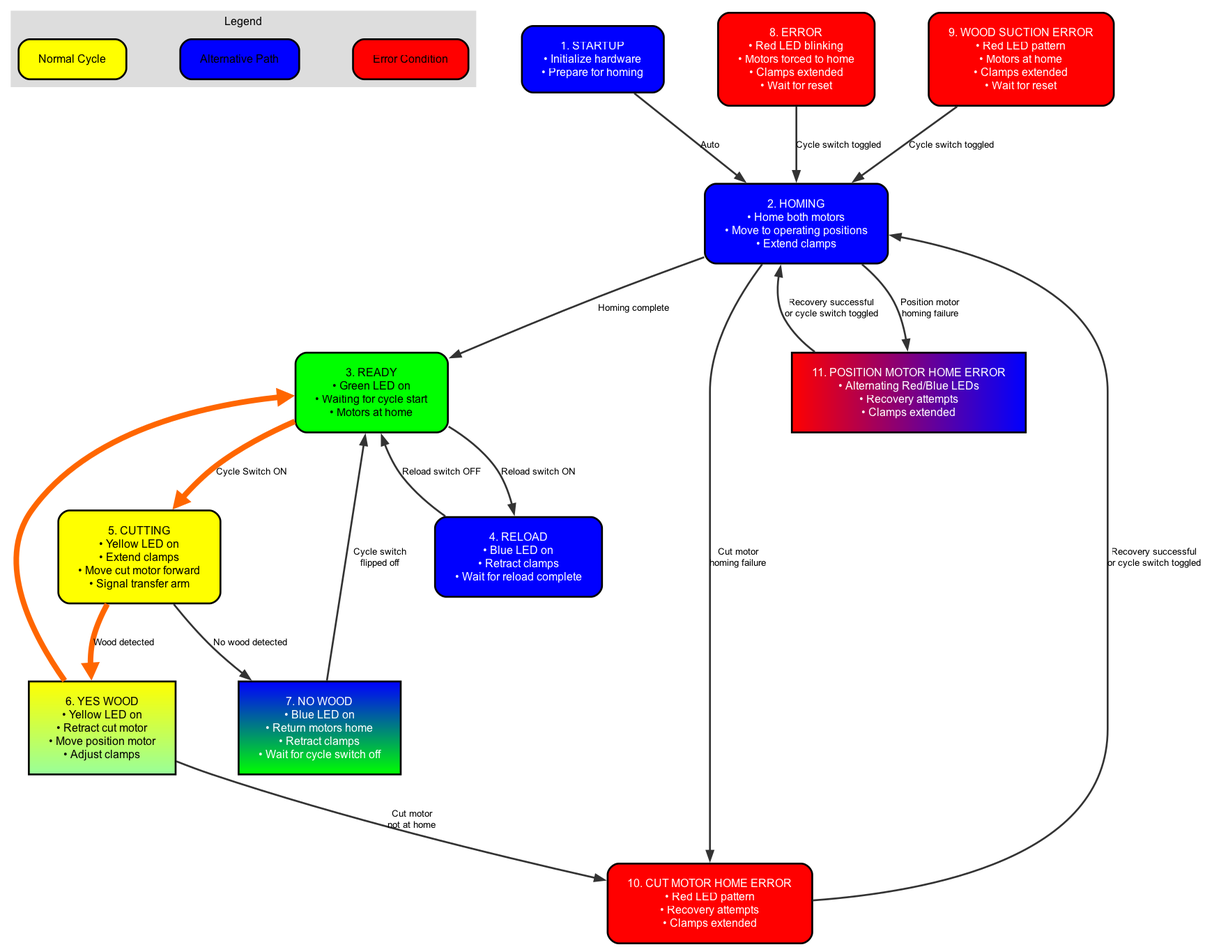
The Graphviz diagram flowcharts/cutting_machine_flowchart.png in akivaweil/Stage-1-Mar25, before a commit. Its source is kept beside it as flowcharts/cutting_machine_flowchart.dot.
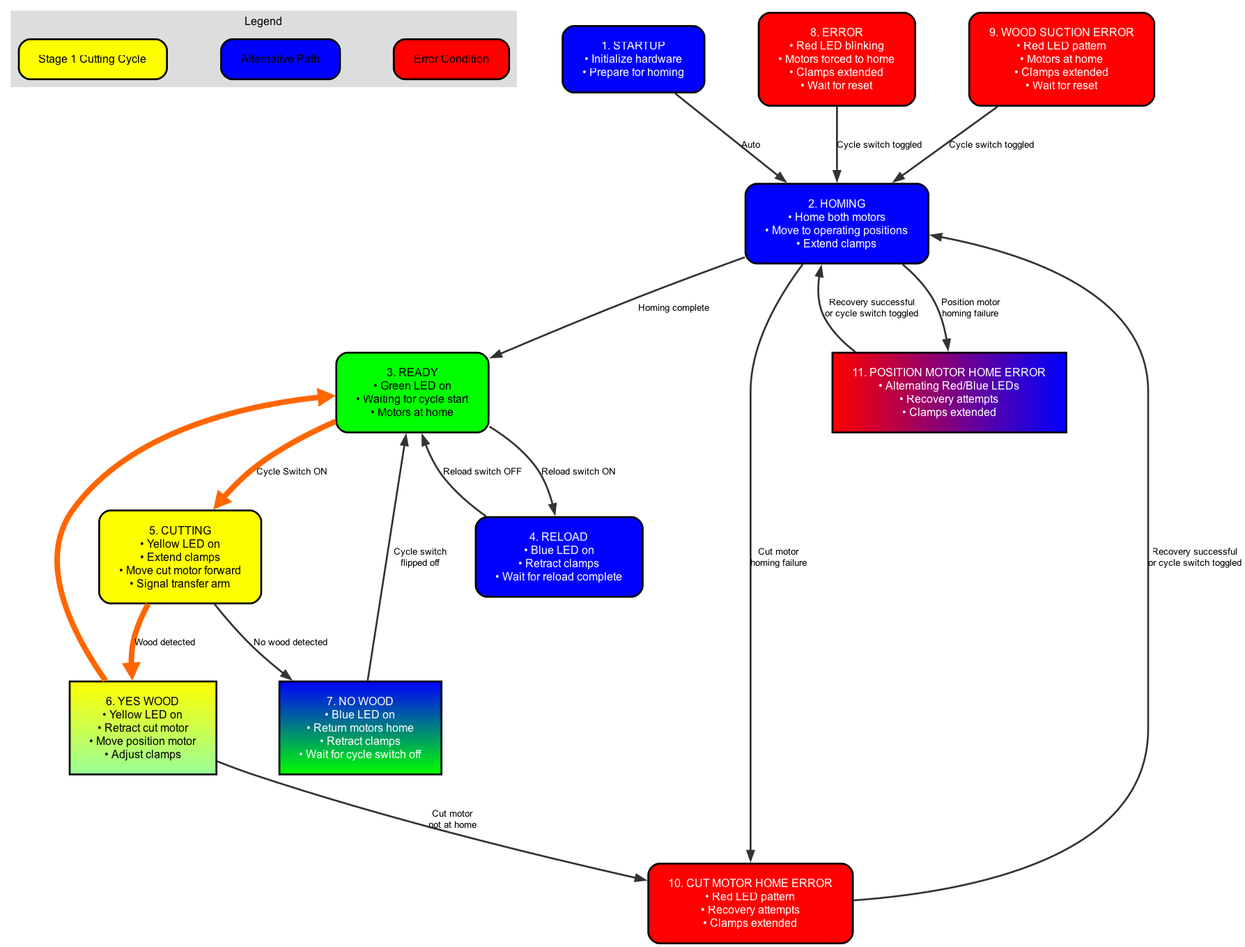
After the commit.

Commit message:
Renamed 'Normal Cycle' to 'Stage 1 Cutting Cycle' in flowchart legend

The edit, as a diff of the source:
```diff
@@ -9,7 +9,7 @@
     color="#DDDDDD";
     fontname="Arial";
     fontsize=12;
-    legend_main [label="Normal Cycle", fillcolor="#FFFF00", style="filled,rounded"];
+    legend_main [label="Stage 1 Cutting Cycle", fillcolor="#FFFF00", style="filled,rounded"];
     legend_alt [label="Alternative Path", fillcolor="#0000FF", style="filled,rounded"];
     legend_error [label="Error Condition", fillcolor="#FF0000", style="filled,rounded"];
   }
```
